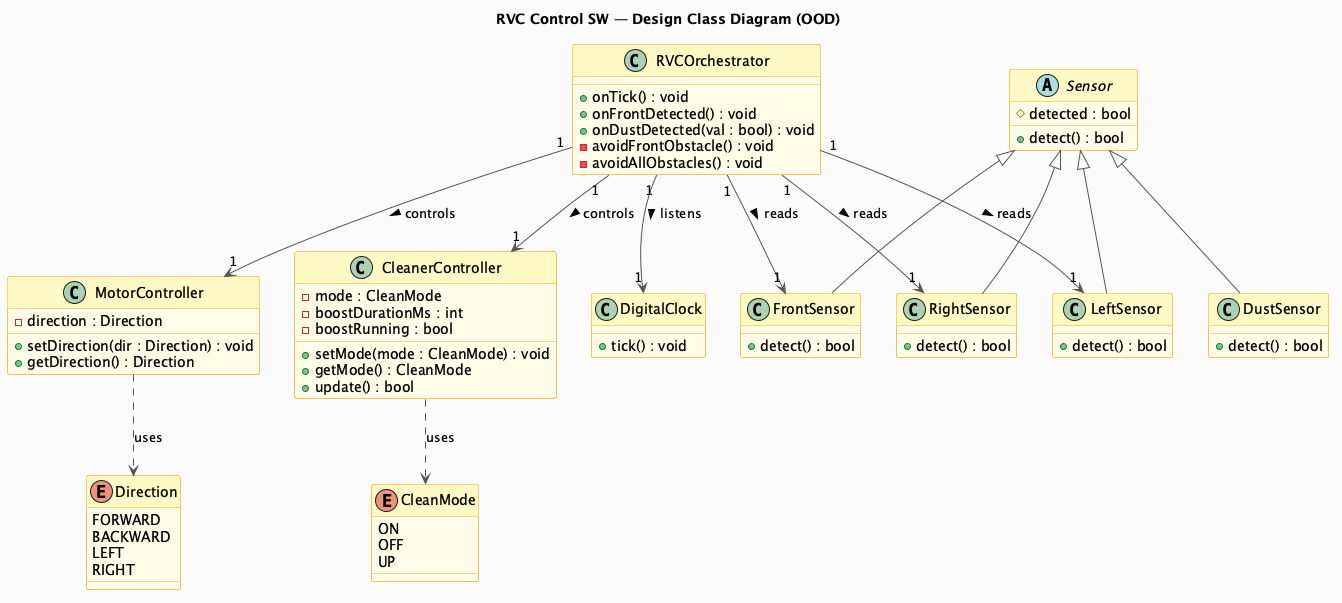
The PlantUML diagram docs/vibe-coding/03-ood/images/ClassDiagram_OOD.png in OOP-konkuk/CICD-Team7, before a commit.
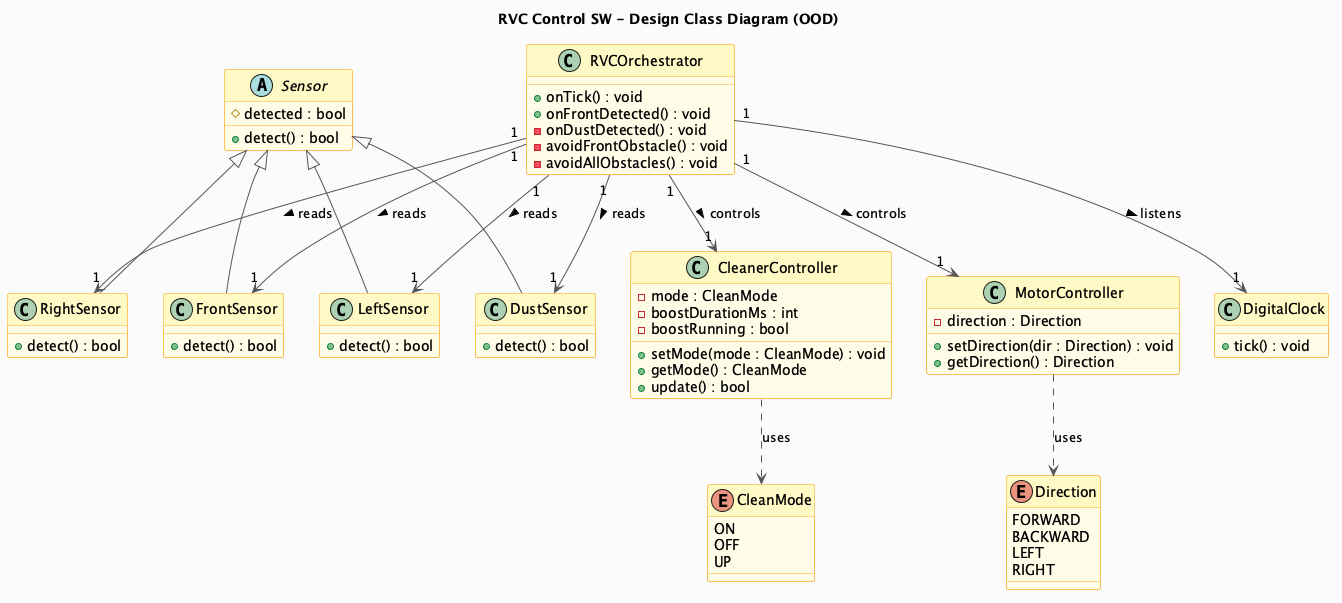
The same file after the commit.

The edit, as a diff of the source:
```diff
@@ -5,7 +5,7 @@
 skinparam classArrowColor #555555
 skinparam classHeaderBackgroundColor #FFF9C4
 
-title RVC Control SW — Design Class Diagram (OOD)
+title RVC Control SW - Design Class Diagram (OOD)
 
 enum Direction {
   FORWARD
@@ -63,7 +63,7 @@
 class RVCOrchestrator {
   + onTick() : void
   + onFrontDetected() : void
-  + onDustDetected(val : bool) : void
+  - onDustDetected() : void
   - avoidFrontObstacle() : void
   - avoidAllObstacles() : void
 }
@@ -76,6 +76,7 @@
 RVCOrchestrator "1" --> "1" FrontSensor       : reads >
 RVCOrchestrator "1" --> "1" LeftSensor        : reads >
 RVCOrchestrator "1" --> "1" RightSensor       : reads >
+RVCOrchestrator "1" --> "1" DustSensor        : reads >
 RVCOrchestrator "1" --> "1" DigitalClock      : listens >
 RVCOrchestrator "1" --> "1" MotorController   : controls >
 RVCOrchestrator "1" --> "1" CleanerController : controls >
```
